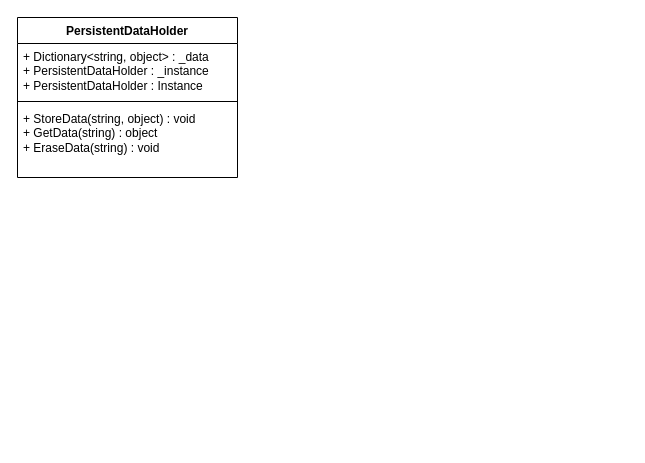
This is page "GameProgression" (10 of 13) of Ace_Engine.drawio from MaximeJoly96/LC_Unity, a draw.io file, before an edit. Source tidied: cells renumbered, new cells numbered last; positions are measured from the earlier drawing's top-left corner, leaving out a move shared by most shapes. Both pictures are drawn from the tidied source at 100%, with x=0, y=0 at pixel (17, 17).
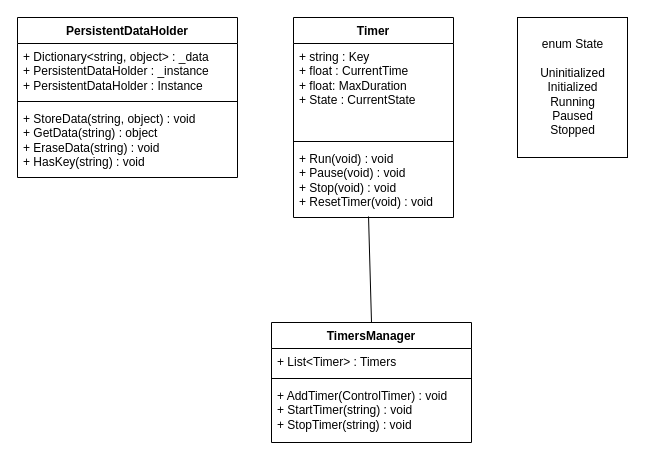
The same page after the edit.

The edit, as a diff of the source:
```diff
@@
 <mxGraphModel>
   <root>
     <mxCell id="0" />
     <mxCell id="1" parent="0" />
     <mxCell id="2" value="PersistentDataHolder" style="swimlane;fontStyle=1;align=center;verticalAlign=top;horizontal=1;startSize=26;whiteSpace=wrap;html=1;" parent="1" vertex="1">
       <mxGeometry width="220" height="160" as="geometry" />
     </mxCell>
     <mxCell id="3" value="+ Dictionary&amp;lt;string, object&amp;gt; : _data&lt;div&gt;+ PersistentDataHolder : _instance&lt;/div&gt;&lt;div&gt;+ PersistentDataHolder : Instance&lt;/div&gt;" style="text;strokeColor=none;fillColor=none;align=left;verticalAlign=top;spacingLeft=4;spacingRight=4;overflow=hidden;whiteSpace=wrap;html=1;" parent="2" vertex="1">
       <mxGeometry y="26" width="220" height="54" as="geometry" />
     </mxCell>
     <mxCell id="4" style="line;strokeWidth=1;fillColor=none;align=left;verticalAlign=middle;spacingTop=-1;spacingLeft=3;spacingRight=3;labelPosition=right;strokeColor=inherit;" parent="2" vertex="1">
       <mxGeometry y="80" width="220" height="8" as="geometry" />
     </mxCell>
-    <mxCell id="5" value="+ StoreData(string, object) : void&lt;div&gt;+ GetData(string) : object&lt;/div&gt;&lt;div&gt;+ EraseData(string) : void&lt;/div&gt;" style="text;strokeColor=none;fillColor=none;align=left;verticalAlign=top;spacingLeft=4;spacingRight=4;overflow=hidden;whiteSpace=wrap;html=1;" parent="2" vertex="1">
+    <mxCell id="5" value="+ StoreData(string, object) : void&lt;div&gt;+ GetData(string) : object&lt;/div&gt;&lt;div&gt;+ EraseData(string) : void&lt;/div&gt;&lt;div&gt;+ HasKey(string) : void&lt;/div&gt;" style="text;strokeColor=none;fillColor=none;align=left;verticalAlign=top;spacingLeft=4;spacingRight=4;overflow=hidden;whiteSpace=wrap;html=1;" parent="2" vertex="1">
       <mxGeometry y="88" width="220" height="72" as="geometry" />
     </mxCell>
+    <mxCell id="6" value="Timer" style="swimlane;fontStyle=1;align=center;verticalAlign=top;horizontal=1;startSize=26;whiteSpace=wrap;html=1;" parent="1" vertex="1">
+      <mxGeometry x="276" width="160" height="200" as="geometry" />
+    </mxCell>
+    <mxCell id="7" value="+ string : Key&lt;div&gt;+ float : CurrentTime&lt;/div&gt;&lt;div&gt;+ float: MaxDuration&lt;/div&gt;&lt;div&gt;+ State : CurrentState&lt;/div&gt;" style="text;strokeColor=none;fillColor=none;align=left;verticalAlign=top;spacingLeft=4;spacingRight=4;overflow=hidden;whiteSpace=wrap;html=1;" parent="6" vertex="1">
+      <mxGeometry y="26" width="160" height="94" as="geometry" />
+    </mxCell>
+    <mxCell id="8" style="line;strokeWidth=1;fillColor=none;align=left;verticalAlign=middle;spacingTop=-1;spacingLeft=3;spacingRight=3;labelPosition=right;strokeColor=inherit;" parent="6" vertex="1">
+      <mxGeometry y="120" width="160" height="8" as="geometry" />
+    </mxCell>
+    <mxCell id="9" value="+ Run(void) : void&lt;div&gt;+ Pause(void) : void&lt;/div&gt;&lt;div&gt;+ Stop(void) : void&lt;/div&gt;&lt;div&gt;+ ResetTimer(void) : void&lt;/div&gt;" style="text;strokeColor=none;fillColor=none;align=left;verticalAlign=top;spacingLeft=4;spacingRight=4;overflow=hidden;points=[[0,0.5],[1,0.5]];portConstraint=eastwest;whiteSpace=wrap;html=1;" parent="6" vertex="1">
+      <mxGeometry y="128" width="160" height="72" as="geometry" />
+    </mxCell>
+    <mxCell id="10" value="enum State&lt;br&gt;&lt;br&gt;Uninitialized&lt;br&gt;Initialized&lt;br&gt;Running&lt;br&gt;Paused&lt;br&gt;Stopped" style="html=1;" parent="1" vertex="1">
+      <mxGeometry x="500" width="110" height="140" as="geometry" />
+    </mxCell>
+    <mxCell id="11" value="TimersManager" style="swimlane;fontStyle=1;align=center;verticalAlign=top;horizontal=1;startSize=26;whiteSpace=wrap;html=1;" parent="1" vertex="1">
+      <mxGeometry x="254" y="305" width="200" height="120" as="geometry" />
+    </mxCell>
+    <mxCell id="12" value="+ List&amp;lt;Timer&amp;gt; : Timers" style="text;strokeColor=none;fillColor=none;align=left;verticalAlign=top;spacingLeft=4;spacingRight=4;overflow=hidden;whiteSpace=wrap;html=1;" parent="11" vertex="1">
+      <mxGeometry y="26" width="200" height="26" as="geometry" />
+    </mxCell>
+    <mxCell id="13" style="line;strokeWidth=1;fillColor=none;align=left;verticalAlign=middle;spacingTop=-1;spacingLeft=3;spacingRight=3;labelPosition=right;strokeColor=inherit;" parent="11" vertex="1">
+      <mxGeometry y="52" width="200" height="8" as="geometry" />
+    </mxCell>
+    <mxCell id="14" value="+ AddTimer(ControlTimer) : void&lt;div&gt;+ StartTimer(string) : void&lt;/div&gt;&lt;div&gt;+ StopTimer(string) : void&lt;/div&gt;" style="text;strokeColor=none;fillColor=none;align=left;verticalAlign=top;spacingLeft=4;spacingRight=4;overflow=hidden;whiteSpace=wrap;html=1;" parent="11" vertex="1">
+      <mxGeometry y="60" width="200" height="60" as="geometry" />
+    </mxCell>
+    <mxCell id="15" style="endArrow=none;html=1;rounded=0;entryX=0.469;entryY=0.986;entryDx=0;entryDy=0;entryPerimeter=0;exitX=0.5;exitY=0;exitDx=0;exitDy=0;" parent="1" edge="1" source="11" target="9">
+      <mxGeometry relative="1" as="geometry" />
+    </mxCell>
   </root>
 </mxGraphModel>
```
